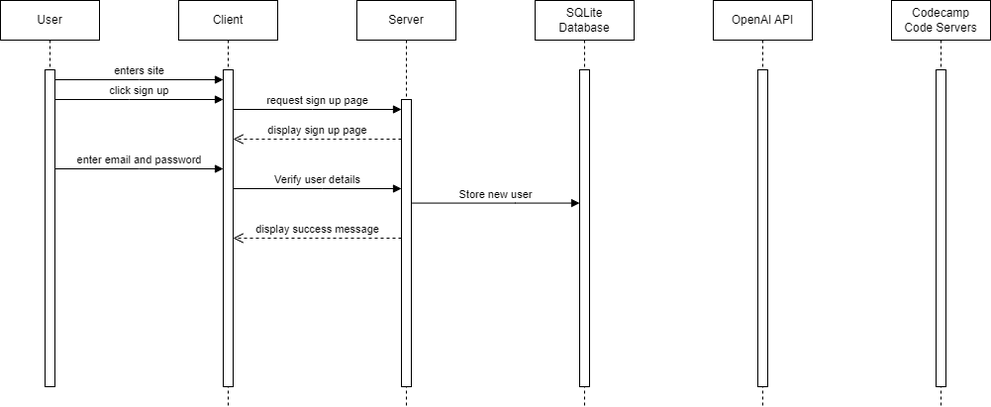
GaryAllan1/L4-Project keeps this draw.io diagram as SequenceDiagram.drawio.png. Above is the earlier version. Source tidied: cells renumbered, new cells last; positions are measured from the earlier drawing's top-left corner, leaving out a move shared by most shapes.
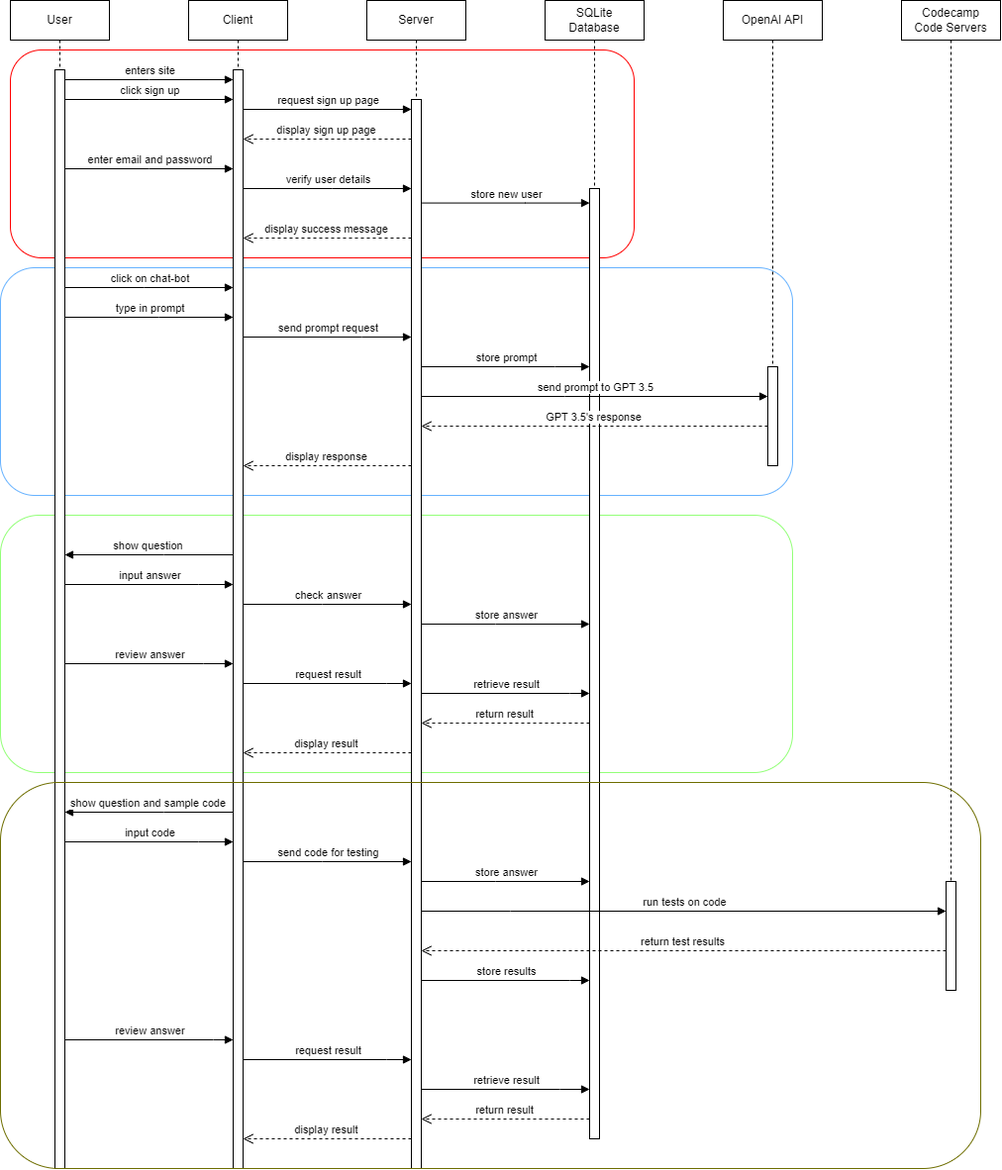
The same diagram one commit later.

Diff of the diagram source:
```diff
@@ -2,17 +2,26 @@
   <root>
     <mxCell id="0" />
     <mxCell id="1" parent="0" />
+    <mxCell id="22" style="rounded=1;whiteSpace=wrap;html=1;fillColor=none;strokeColor=#93FF78;" parent="1" vertex="1">
+      <mxGeometry x="-10" y="520" width="800" height="260" as="geometry" />
+    </mxCell>
+    <mxCell id="23" style="rounded=1;whiteSpace=wrap;html=1;fillColor=none;strokeColor=#66B2FF;" parent="1" vertex="1">
+      <mxGeometry x="-10" y="270" width="800" height="230" as="geometry" />
+    </mxCell>
+    <mxCell id="24" style="rounded=1;whiteSpace=wrap;html=1;fillColor=none;strokeColor=#ff0000;" parent="1" vertex="1">
+      <mxGeometry y="50" width="630" height="210" as="geometry" />
+    </mxCell>
     <mxCell id="2" value="User" style="shape=umlLifeline;perimeter=lifelinePerimeter;whiteSpace=wrap;html=1;newEdgeStyle={&quot;edgeStyle&quot;:&quot;elbowEdgeStyle&quot;,&quot;elbow&quot;:&quot;vertical&quot;,&quot;curved&quot;:0,&quot;rounded&quot;:0};" parent="1" vertex="1">
-      <mxGeometry width="100" height="390" as="geometry" />
+      <mxGeometry width="100" height="1180" as="geometry" />
     </mxCell>
     <mxCell id="3" style="html=1;points=[];perimeter=orthogonalPerimeter;outlineConnect=0;targetShapes=umlLifeline;portConstraint=eastwest;newEdgeStyle={&quot;edgeStyle&quot;:&quot;elbowEdgeStyle&quot;,&quot;elbow&quot;:&quot;vertical&quot;,&quot;curved&quot;:0,&quot;rounded&quot;:0};" parent="2" vertex="1">
-      <mxGeometry x="45" y="70" width="10" height="320" as="geometry" />
+      <mxGeometry x="45" y="70" width="10" height="1110" as="geometry" />
     </mxCell>
     <mxCell id="4" value="Client" style="shape=umlLifeline;perimeter=lifelinePerimeter;whiteSpace=wrap;html=1;newEdgeStyle={&quot;edgeStyle&quot;:&quot;elbowEdgeStyle&quot;,&quot;elbow&quot;:&quot;vertical&quot;,&quot;curved&quot;:0,&quot;rounded&quot;:0};" parent="1" vertex="1">
-      <mxGeometry x="180" width="100" height="410" as="geometry" />
+      <mxGeometry x="180" width="100" height="1180" as="geometry" />
     </mxCell>
     <mxCell id="5" style="html=1;points=[];perimeter=orthogonalPerimeter;outlineConnect=0;targetShapes=umlLifeline;portConstraint=eastwest;newEdgeStyle={&quot;edgeStyle&quot;:&quot;elbowEdgeStyle&quot;,&quot;elbow&quot;:&quot;vertical&quot;,&quot;curved&quot;:0,&quot;rounded&quot;:0};" parent="4" vertex="1">
-      <mxGeometry x="45" y="70" width="10" height="320" as="geometry" />
+      <mxGeometry x="45" y="70" width="10" height="1110" as="geometry" />
     </mxCell>
     <mxCell id="6" value="enters site" style="html=1;verticalAlign=bottom;endArrow=block;edgeStyle=elbowEdgeStyle;elbow=vertical;curved=0;rounded=0;" parent="1" edge="1" source="3" target="5">
       <mxGeometry relative="1" as="geometry">
@@ -22,28 +31,28 @@
       </mxGeometry>
     </mxCell>
     <mxCell id="7" value="Server" style="shape=umlLifeline;perimeter=lifelinePerimeter;whiteSpace=wrap;html=1;newEdgeStyle={&quot;edgeStyle&quot;:&quot;elbowEdgeStyle&quot;,&quot;elbow&quot;:&quot;vertical&quot;,&quot;curved&quot;:0,&quot;rounded&quot;:0};" parent="1" vertex="1">
-      <mxGeometry x="360" width="100" height="410" as="geometry" />
+      <mxGeometry x="360" width="100" height="1180" as="geometry" />
     </mxCell>
     <mxCell id="8" style="html=1;points=[];perimeter=orthogonalPerimeter;outlineConnect=0;targetShapes=umlLifeline;portConstraint=eastwest;newEdgeStyle={&quot;edgeStyle&quot;:&quot;elbowEdgeStyle&quot;,&quot;elbow&quot;:&quot;vertical&quot;,&quot;curved&quot;:0,&quot;rounded&quot;:0};" parent="7" vertex="1">
-      <mxGeometry x="45" y="100" width="10" height="290" as="geometry" />
+      <mxGeometry x="45" y="100" width="10" height="1080" as="geometry" />
     </mxCell>
     <mxCell id="9" value="SQLite&lt;br&gt;Database" style="shape=umlLifeline;perimeter=lifelinePerimeter;whiteSpace=wrap;html=1;newEdgeStyle={&quot;edgeStyle&quot;:&quot;elbowEdgeStyle&quot;,&quot;elbow&quot;:&quot;vertical&quot;,&quot;curved&quot;:0,&quot;rounded&quot;:0};" parent="1" vertex="1">
-      <mxGeometry x="540" width="100" height="410" as="geometry" />
+      <mxGeometry x="540" width="100" height="1150" as="geometry" />
     </mxCell>
     <mxCell id="10" style="html=1;points=[];perimeter=orthogonalPerimeter;outlineConnect=0;targetShapes=umlLifeline;portConstraint=eastwest;newEdgeStyle={&quot;edgeStyle&quot;:&quot;elbowEdgeStyle&quot;,&quot;elbow&quot;:&quot;vertical&quot;,&quot;curved&quot;:0,&quot;rounded&quot;:0};" parent="9" vertex="1">
-      <mxGeometry x="45" y="70" width="10" height="320" as="geometry" />
+      <mxGeometry x="45" y="190" width="10" height="960" as="geometry" />
     </mxCell>
     <mxCell id="11" value="OpenAI API" style="shape=umlLifeline;perimeter=lifelinePerimeter;whiteSpace=wrap;html=1;newEdgeStyle={&quot;edgeStyle&quot;:&quot;elbowEdgeStyle&quot;,&quot;elbow&quot;:&quot;vertical&quot;,&quot;curved&quot;:0,&quot;rounded&quot;:0};" parent="1" vertex="1">
-      <mxGeometry x="720" width="100" height="410" as="geometry" />
+      <mxGeometry x="720" width="100" height="470" as="geometry" />
     </mxCell>
     <mxCell id="12" style="html=1;points=[];perimeter=orthogonalPerimeter;outlineConnect=0;targetShapes=umlLifeline;portConstraint=eastwest;newEdgeStyle={&quot;edgeStyle&quot;:&quot;elbowEdgeStyle&quot;,&quot;elbow&quot;:&quot;vertical&quot;,&quot;curved&quot;:0,&quot;rounded&quot;:0};" parent="11" vertex="1">
-      <mxGeometry x="45" y="70" width="10" height="320" as="geometry" />
+      <mxGeometry x="45" y="370" width="10" height="100" as="geometry" />
     </mxCell>
     <mxCell id="13" value="Codecamp&lt;br&gt;Code Servers" style="shape=umlLifeline;perimeter=lifelinePerimeter;whiteSpace=wrap;html=1;newEdgeStyle={&quot;edgeStyle&quot;:&quot;elbowEdgeStyle&quot;,&quot;elbow&quot;:&quot;vertical&quot;,&quot;curved&quot;:0,&quot;rounded&quot;:0};" parent="1" vertex="1">
-      <mxGeometry x="900" width="100" height="410" as="geometry" />
+      <mxGeometry x="900" width="100" height="1000" as="geometry" />
     </mxCell>
     <mxCell id="14" style="html=1;points=[];perimeter=orthogonalPerimeter;outlineConnect=0;targetShapes=umlLifeline;portConstraint=eastwest;newEdgeStyle={&quot;edgeStyle&quot;:&quot;elbowEdgeStyle&quot;,&quot;elbow&quot;:&quot;vertical&quot;,&quot;curved&quot;:0,&quot;rounded&quot;:0};" parent="13" vertex="1">
-      <mxGeometry x="45" y="70" width="10" height="320" as="geometry" />
+      <mxGeometry x="45" y="890" width="10" height="110" as="geometry" />
     </mxCell>
     <mxCell id="15" value="click sign up" style="html=1;verticalAlign=bottom;endArrow=block;edgeStyle=elbowEdgeStyle;elbow=vertical;curved=0;rounded=0;" parent="1" edge="1" source="3" target="5">
       <mxGeometry relative="1" as="geometry">
@@ -78,14 +87,14 @@
         </Array>
       </mxGeometry>
     </mxCell>
-    <mxCell id="19" value="Verify user details" style="html=1;verticalAlign=bottom;endArrow=block;edgeStyle=elbowEdgeStyle;elbow=vertical;curved=0;rounded=0;" parent="1" edge="1" source="5" target="8">
+    <mxCell id="19" value="verify user details" style="html=1;verticalAlign=bottom;endArrow=block;edgeStyle=elbowEdgeStyle;elbow=vertical;curved=0;rounded=0;" parent="1" edge="1" source="5" target="8">
       <mxGeometry relative="1" as="geometry">
         <Array as="points">
           <mxPoint x="325" y="190" />
         </Array>
       </mxGeometry>
     </mxCell>
-    <mxCell id="20" value="Store new user" style="html=1;verticalAlign=bottom;endArrow=block;edgeStyle=elbowEdgeStyle;elbow=vertical;curved=0;rounded=0;" parent="1" edge="1" source="8" target="10">
+    <mxCell id="20" value="store new user" style="html=1;verticalAlign=bottom;endArrow=block;edgeStyle=elbowEdgeStyle;elbow=vertical;curved=0;rounded=0;" parent="1" edge="1" source="8" target="10">
       <mxGeometry relative="1" as="geometry">
         <Array as="points">
           <mxPoint x="520" y="204.6" />
@@ -100,5 +109,220 @@
         </Array>
       </mxGeometry>
     </mxCell>
+    <mxCell id="25" value="click on chat-bot" style="html=1;verticalAlign=bottom;endArrow=block;edgeStyle=elbowEdgeStyle;elbow=vertical;curved=0;rounded=0;" parent="1" edge="1" source="3" target="5">
+      <mxGeometry relative="1" as="geometry">
+        <Array as="points">
+          <mxPoint x="135" y="290" />
+        </Array>
+      </mxGeometry>
+    </mxCell>
+    <mxCell id="26" value="type in prompt" style="html=1;verticalAlign=bottom;endArrow=block;edgeStyle=elbowEdgeStyle;elbow=vertical;curved=0;rounded=0;" parent="1" edge="1" source="3" target="5">
+      <mxGeometry relative="1" as="geometry">
+        <Array as="points">
+          <mxPoint x="150" y="320" />
+        </Array>
+      </mxGeometry>
+    </mxCell>
+    <mxCell id="27" value="send prompt request" style="html=1;verticalAlign=bottom;endArrow=block;edgeStyle=elbowEdgeStyle;elbow=vertical;curved=0;rounded=0;" parent="1" edge="1" source="5" target="8">
+      <mxGeometry relative="1" as="geometry">
+        <Array as="points">
+          <mxPoint x="355" y="340" />
+        </Array>
+      </mxGeometry>
+    </mxCell>
+    <mxCell id="28" value="store prompt" style="html=1;verticalAlign=bottom;endArrow=block;edgeStyle=elbowEdgeStyle;elbow=vertical;curved=0;rounded=0;" parent="1" edge="1" source="8" target="10">
+      <mxGeometry relative="1" as="geometry">
+        <Array as="points">
+          <mxPoint x="550" y="370" />
+        </Array>
+      </mxGeometry>
+    </mxCell>
+    <mxCell id="29" value="send prompt to GPT 3.5" style="html=1;verticalAlign=bottom;endArrow=block;edgeStyle=elbowEdgeStyle;elbow=vertical;curved=0;rounded=0;" parent="1" edge="1" source="8" target="12">
+      <mxGeometry relative="1" as="geometry">
+        <Array as="points">
+          <mxPoint x="560" y="400" />
+        </Array>
+      </mxGeometry>
+    </mxCell>
+    <mxCell id="30" value="GPT 3.5's response" style="html=1;verticalAlign=bottom;endArrow=open;dashed=1;endSize=8;edgeStyle=elbowEdgeStyle;elbow=vertical;curved=0;rounded=0;" parent="1" edge="1">
+      <mxGeometry relative="1" as="geometry">
+        <mxPoint x="765" y="430" as="sourcePoint" />
+        <mxPoint x="415" y="430" as="targetPoint" />
+        <Array as="points">
+          <mxPoint x="495" y="430" />
+          <mxPoint x="525" y="470" />
+        </Array>
+      </mxGeometry>
+    </mxCell>
+    <mxCell id="31" value="display response" style="html=1;verticalAlign=bottom;endArrow=open;dashed=1;endSize=8;edgeStyle=elbowEdgeStyle;elbow=vertical;curved=0;rounded=0;" parent="1" edge="1" source="8" target="5">
+      <mxGeometry relative="1" as="geometry">
+        <Array as="points">
+          <mxPoint x="330" y="470" />
+          <mxPoint x="360" y="510" />
+        </Array>
+      </mxGeometry>
+    </mxCell>
+    <mxCell id="32" value="show question" style="html=1;verticalAlign=bottom;endArrow=block;edgeStyle=elbowEdgeStyle;elbow=vertical;curved=0;rounded=0;" parent="1" edge="1" source="5" target="3">
+      <mxGeometry relative="1" as="geometry">
+        <Array as="points">
+          <mxPoint x="155" y="560" />
+        </Array>
+      </mxGeometry>
+    </mxCell>
+    <mxCell id="33" value="input answer" style="html=1;verticalAlign=bottom;endArrow=block;edgeStyle=elbowEdgeStyle;elbow=vertical;curved=0;rounded=0;" parent="1" edge="1" source="3" target="5">
+      <mxGeometry relative="1" as="geometry">
+        <Array as="points">
+          <mxPoint x="190" y="590" />
+        </Array>
+      </mxGeometry>
+    </mxCell>
+    <mxCell id="34" value="check answer" style="html=1;verticalAlign=bottom;endArrow=block;edgeStyle=elbowEdgeStyle;elbow=vertical;curved=0;rounded=0;" parent="1" edge="1" source="5" target="8">
+      <mxGeometry relative="1" as="geometry">
+        <Array as="points">
+          <mxPoint x="315" y="610" />
+        </Array>
+      </mxGeometry>
+    </mxCell>
+    <mxCell id="35" value="store answer" style="html=1;verticalAlign=bottom;endArrow=block;edgeStyle=elbowEdgeStyle;elbow=vertical;curved=0;rounded=0;" parent="1" edge="1" source="8" target="10">
+      <mxGeometry relative="1" as="geometry">
+        <Array as="points">
+          <mxPoint x="490" y="630" />
+          <mxPoint x="405" y="630" />
+        </Array>
+      </mxGeometry>
+    </mxCell>
+    <mxCell id="36" value="review answer" style="html=1;verticalAlign=bottom;endArrow=block;edgeStyle=elbowEdgeStyle;elbow=vertical;curved=0;rounded=0;" parent="1" edge="1" source="3" target="5">
+      <mxGeometry relative="1" as="geometry">
+        <Array as="points">
+          <mxPoint x="195" y="670" />
+        </Array>
+      </mxGeometry>
+    </mxCell>
+    <mxCell id="37" value="request result" style="html=1;verticalAlign=bottom;endArrow=block;edgeStyle=elbowEdgeStyle;elbow=vertical;curved=0;rounded=0;" parent="1" edge="1" source="5" target="8">
+      <mxGeometry relative="1" as="geometry">
+        <Array as="points">
+          <mxPoint x="380" y="690" />
+        </Array>
+      </mxGeometry>
+    </mxCell>
+    <mxCell id="38" value="retrieve result" style="html=1;verticalAlign=bottom;endArrow=block;edgeStyle=elbowEdgeStyle;elbow=vertical;curved=0;rounded=0;" parent="1" edge="1" source="8" target="10">
+      <mxGeometry relative="1" as="geometry">
+        <Array as="points">
+          <mxPoint x="565" y="700" />
+        </Array>
+      </mxGeometry>
+    </mxCell>
+    <mxCell id="39" value="return result" style="html=1;verticalAlign=bottom;endArrow=open;dashed=1;endSize=8;edgeStyle=elbowEdgeStyle;elbow=vertical;curved=0;rounded=0;" parent="1" edge="1" source="10" target="8">
+      <mxGeometry relative="1" as="geometry">
+        <Array as="points">
+          <mxPoint x="510" y="730" />
+          <mxPoint x="540" y="770" />
+        </Array>
+      </mxGeometry>
+    </mxCell>
+    <mxCell id="40" value="display result" style="html=1;verticalAlign=bottom;endArrow=open;dashed=1;endSize=8;edgeStyle=elbowEdgeStyle;elbow=vertical;curved=0;rounded=0;" parent="1" edge="1" source="8" target="5">
+      <mxGeometry relative="1" as="geometry">
+        <Array as="points">
+          <mxPoint x="325" y="760" />
+          <mxPoint x="355" y="800" />
+        </Array>
+      </mxGeometry>
+    </mxCell>
+    <mxCell id="41" style="rounded=1;whiteSpace=wrap;html=1;fillColor=none;strokeColor=#6E6E00;" parent="1" vertex="1">
+      <mxGeometry x="-10" y="790" width="990" height="390" as="geometry" />
+    </mxCell>
+    <mxCell id="42" value="show question and sample code" style="html=1;verticalAlign=bottom;endArrow=block;edgeStyle=elbowEdgeStyle;elbow=vertical;curved=0;rounded=0;" parent="1" edge="1" source="5" target="3">
+      <mxGeometry relative="1" as="geometry">
+        <Array as="points">
+          <mxPoint x="155" y="820" />
+        </Array>
+      </mxGeometry>
+    </mxCell>
+    <mxCell id="43" value="input code" style="html=1;verticalAlign=bottom;endArrow=block;edgeStyle=elbowEdgeStyle;elbow=vertical;curved=0;rounded=0;" parent="1" edge="1" source="3" target="5">
+      <mxGeometry relative="1" as="geometry">
+        <Array as="points">
+          <mxPoint x="190" y="850" />
+        </Array>
+      </mxGeometry>
+    </mxCell>
+    <mxCell id="44" value="send code for testing" style="html=1;verticalAlign=bottom;endArrow=block;edgeStyle=elbowEdgeStyle;elbow=vertical;curved=0;rounded=0;" parent="1" edge="1">
+      <mxGeometry relative="1" as="geometry">
+        <mxPoint x="235" y="870" as="sourcePoint" />
+        <mxPoint x="405" y="870" as="targetPoint" />
+        <Array as="points">
+          <mxPoint x="315" y="870" />
+        </Array>
+      </mxGeometry>
+    </mxCell>
+    <mxCell id="45" value="store answer" style="html=1;verticalAlign=bottom;endArrow=block;edgeStyle=elbowEdgeStyle;elbow=vertical;curved=0;rounded=0;" parent="1" edge="1">
+      <mxGeometry relative="1" as="geometry">
+        <mxPoint x="415" y="890" as="sourcePoint" />
+        <mxPoint x="585" y="890" as="targetPoint" />
+        <Array as="points">
+          <mxPoint x="490" y="890" />
+          <mxPoint x="405" y="890" />
+        </Array>
+      </mxGeometry>
+    </mxCell>
+    <mxCell id="46" value="review answer" style="html=1;verticalAlign=bottom;endArrow=block;edgeStyle=elbowEdgeStyle;elbow=vertical;curved=0;rounded=0;" parent="1" edge="1" source="3" target="5">
+      <mxGeometry relative="1" as="geometry">
+        <Array as="points">
+          <mxPoint x="205" y="1050" />
+        </Array>
+      </mxGeometry>
+    </mxCell>
+    <mxCell id="47" value="store results" style="html=1;verticalAlign=bottom;endArrow=block;edgeStyle=elbowEdgeStyle;elbow=vertical;curved=0;rounded=0;" parent="1" edge="1" source="8" target="10">
+      <mxGeometry relative="1" as="geometry">
+        <Array as="points">
+          <mxPoint x="565" y="990" />
+        </Array>
+      </mxGeometry>
+    </mxCell>
+    <mxCell id="48" value="return test results" style="html=1;verticalAlign=bottom;endArrow=open;dashed=1;endSize=8;edgeStyle=elbowEdgeStyle;elbow=vertical;curved=0;rounded=0;" parent="1" edge="1" source="14" target="8">
+      <mxGeometry relative="1" as="geometry">
+        <Array as="points">
+          <mxPoint x="695" y="960" />
+          <mxPoint x="725" y="1000" />
+        </Array>
+      </mxGeometry>
+    </mxCell>
+    <mxCell id="49" value="display result" style="html=1;verticalAlign=bottom;endArrow=open;dashed=1;endSize=8;edgeStyle=elbowEdgeStyle;elbow=vertical;curved=0;rounded=0;" parent="1" edge="1" source="8" target="5">
+      <mxGeometry relative="1" as="geometry">
+        <Array as="points">
+          <mxPoint x="330" y="1150" />
+          <mxPoint x="360" y="1190" />
+        </Array>
+      </mxGeometry>
+    </mxCell>
+    <mxCell id="50" value="run tests on code" style="html=1;verticalAlign=bottom;endArrow=block;edgeStyle=elbowEdgeStyle;elbow=vertical;curved=0;rounded=0;" parent="1" edge="1" source="8" target="14">
+      <mxGeometry relative="1" as="geometry">
+        <Array as="points">
+          <mxPoint x="505" y="920" />
+          <mxPoint x="420" y="920" />
+        </Array>
+      </mxGeometry>
+    </mxCell>
+    <mxCell id="51" value="request result" style="html=1;verticalAlign=bottom;endArrow=block;edgeStyle=elbowEdgeStyle;elbow=vertical;curved=0;rounded=0;" parent="1" edge="1" source="5" target="8">
+      <mxGeometry relative="1" as="geometry">
+        <Array as="points">
+          <mxPoint x="380" y="1070" />
+        </Array>
+      </mxGeometry>
+    </mxCell>
+    <mxCell id="52" value="retrieve result" style="html=1;verticalAlign=bottom;endArrow=block;edgeStyle=elbowEdgeStyle;elbow=vertical;curved=0;rounded=0;" parent="1" edge="1" source="8" target="10">
+      <mxGeometry relative="1" as="geometry">
+        <Array as="points">
+          <mxPoint x="555" y="1100" />
+        </Array>
+      </mxGeometry>
+    </mxCell>
+    <mxCell id="53" value="return result" style="html=1;verticalAlign=bottom;endArrow=open;dashed=1;endSize=8;edgeStyle=elbowEdgeStyle;elbow=vertical;curved=0;rounded=0;" parent="1" edge="1" source="10" target="8">
+      <mxGeometry relative="1" as="geometry">
+        <Array as="points">
+          <mxPoint x="490" y="1130" />
+          <mxPoint x="520" y="1170" />
+        </Array>
+      </mxGeometry>
+    </mxCell>
   </root>
 </mxGraphModel>
```
